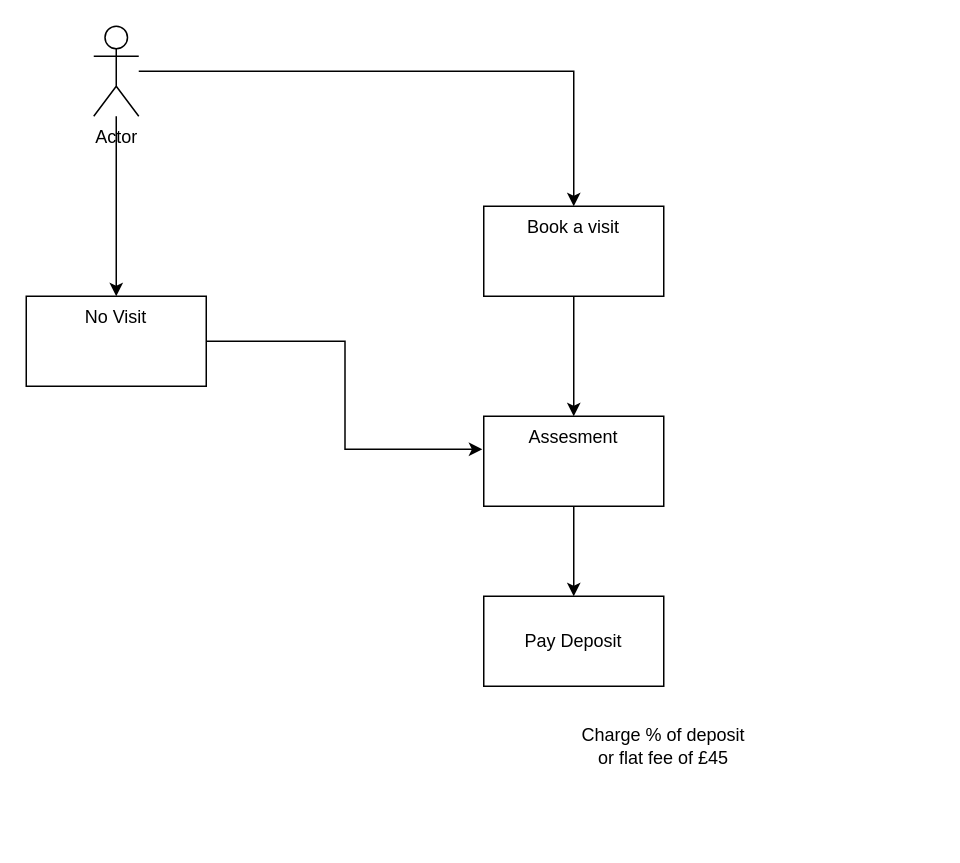
The draw.io diagram CarehomeHighLevelProcess.drawio in mattwatts36/drawings, before the edit. Source tidied: cells renumbered, new cells numbered last; positions are measured from the earlier drawing's top-left corner, leaving out a move shared by most shapes. Both pictures are drawn from the tidied source at 150%, with x=0, y=0 at pixel (26, 26).
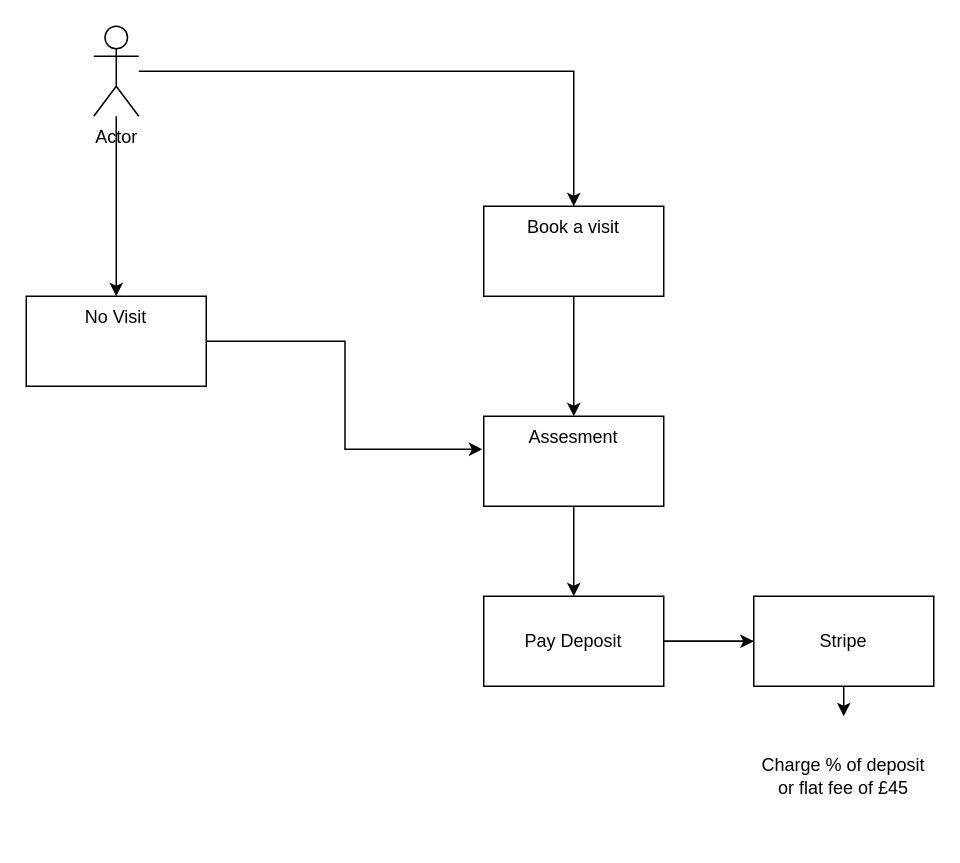
After the change.

Commit message:
Added Stripe diagram

What changed in the source:
```diff
@@
 <mxGraphModel>
   <root>
     <mxCell id="0" />
     <mxCell id="1" parent="0" />
     <mxCell id="2" style="edgeStyle=orthogonalEdgeStyle;rounded=0;jettySize=auto;html=1;" parent="1" edge="1" source="4" target="7">
       <mxGeometry relative="1" as="geometry" />
     </mxCell>
     <mxCell id="3" style="edgeStyle=orthogonalEdgeStyle;rounded=0;jettySize=auto;html=1;" parent="1" edge="1" source="4" target="9">
       <mxGeometry relative="1" as="geometry" />
     </mxCell>
     <mxCell id="4" value="Actor" style="shape=umlActor;verticalLabelPosition=bottom;verticalAlign=top;html=1;outlineConnect=0;" parent="1" vertex="1">
       <mxGeometry x="45" width="30" height="60" as="geometry" />
     </mxCell>
+    <mxCell id="13" style="edgeStyle=orthogonalEdgeStyle;rounded=0;jettySize=auto;html=1;" parent="1" edge="1" source="5" target="12">
+      <mxGeometry relative="1" as="geometry" />
+    </mxCell>
+    <mxCell id="14" style="edgeStyle=orthogonalEdgeStyle;rounded=0;jettySize=auto;html=1;" parent="1" edge="1" source="5" target="15">
+      <mxGeometry relative="1" as="geometry" />
+    </mxCell>
     <mxCell id="5" value="Pay Deposit" style="rounded=0;whiteSpace=wrap;html=1;" parent="1" vertex="1">
       <mxGeometry x="305" y="380" width="120" height="60" as="geometry" />
     </mxCell>
     <mxCell id="6" style="edgeStyle=orthogonalEdgeStyle;rounded=0;jettySize=auto;html=1;" parent="1" edge="1" source="7" target="11">
       <mxGeometry relative="1" as="geometry" />
     </mxCell>
     <mxCell id="7" value="Book a visit" style="whiteSpace=wrap;html=1;verticalAlign=top;" parent="1" vertex="1">
       <mxGeometry x="305" y="120" width="120" height="60" as="geometry" />
     </mxCell>
     <mxCell id="8" style="edgeStyle=orthogonalEdgeStyle;rounded=0;jettySize=auto;html=1;entryX=-0.008;entryY=0.367;entryDx=0;entryDy=0;entryPerimeter=0;" parent="1" edge="1" source="9" target="11">
       <mxGeometry relative="1" as="geometry" />
     </mxCell>
     <mxCell id="9" value="No Visit" style="whiteSpace=wrap;html=1;verticalAlign=top;" parent="1" vertex="1">
       <mxGeometry y="180" width="120" height="60" as="geometry" />
     </mxCell>
     <mxCell id="10" style="edgeStyle=orthogonalEdgeStyle;rounded=0;jettySize=auto;html=1;" parent="1" edge="1" source="11" target="5">
       <mxGeometry relative="1" as="geometry" />
     </mxCell>
     <mxCell id="11" value="Assesment" style="whiteSpace=wrap;html=1;verticalAlign=top;" parent="1" vertex="1">
       <mxGeometry x="305" y="260" width="120" height="60" as="geometry" />
     </mxCell>
     <mxCell id="12" value="Charge % of deposit or flat fee of £45" style="text;html=1;strokeColor=none;fillColor=none;align=center;verticalAlign=middle;whiteSpace=wrap;rounded=0;" parent="1" vertex="1">
-      <mxGeometry x="365" y="440" width="120" height="80" as="geometry" />
+      <mxGeometry x="485" y="460" width="120" height="80" as="geometry" />
     </mxCell>
+    <mxCell id="15" value="Stripe" style="whiteSpace=wrap;html=1;rounded=0;" parent="1" vertex="1">
+      <mxGeometry x="485" y="380" width="120" height="60" as="geometry" />
+    </mxCell>
   </root>
 </mxGraphModel>
```
